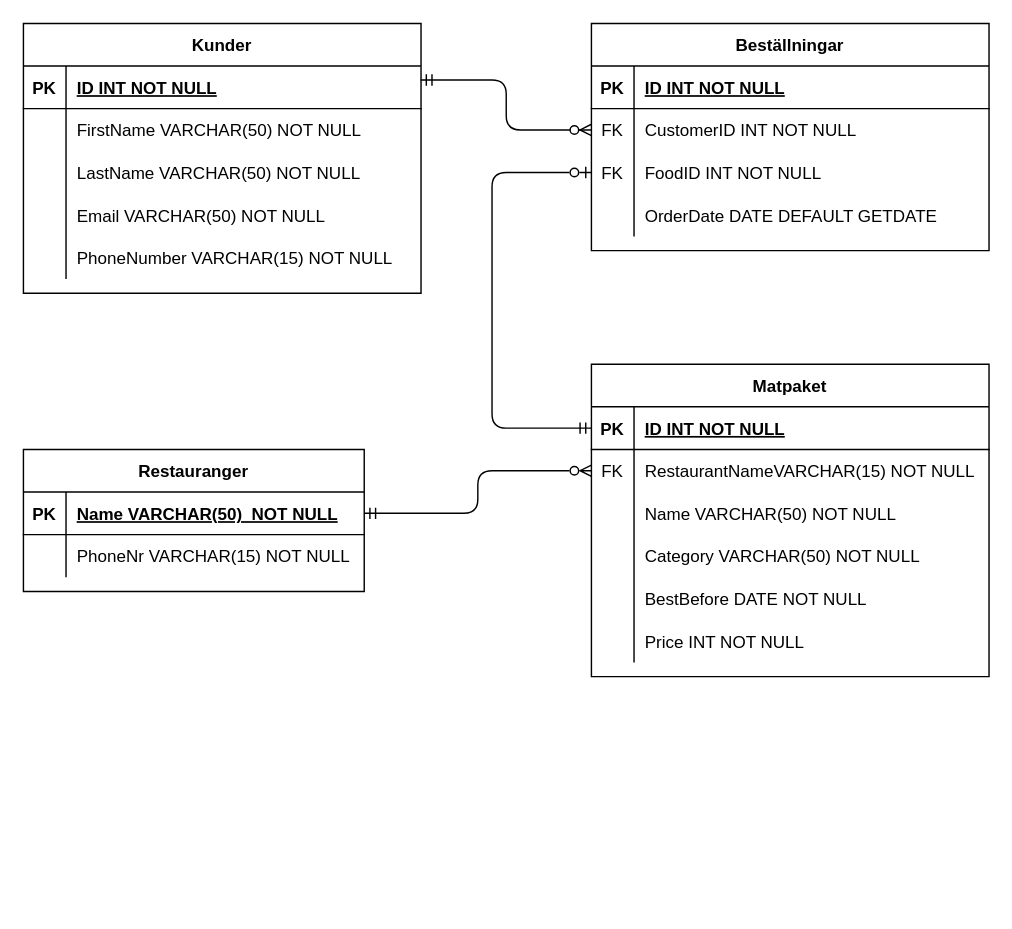
Before: Diagram/Inlämningsuppgift 1.drawio in SebastianG9912/Databasdiagram, a draw.io diagram. Source tidied: cells renumbered, new cells numbered last; positions are measured from the earlier drawing's top-left corner, leaving out a move shared by most shapes. Both pictures are drawn from the tidied source at 142%, with x=0, y=0 at pixel (23, 23).
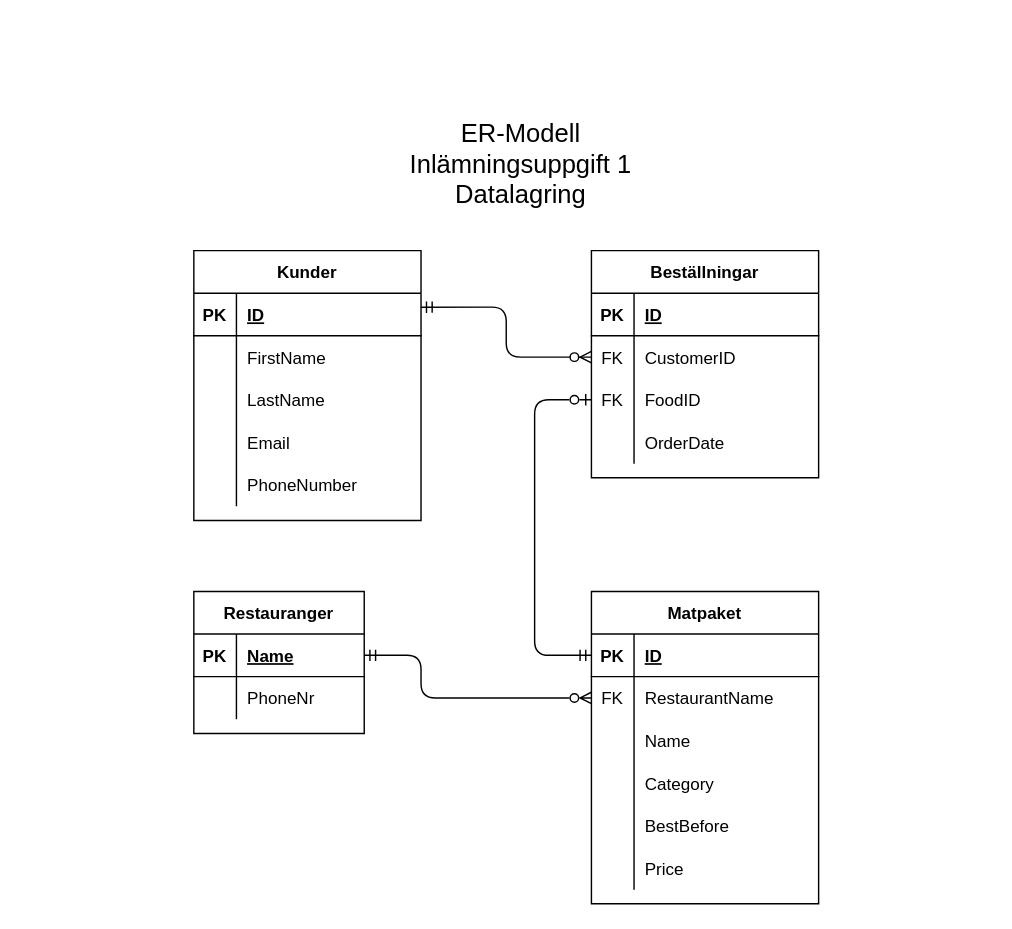
Above is the later version.

Diff of the diagram source:
```diff
@@
     <mxCell id="2" style="endArrow=ERzeroToMany;startArrow=ERmandOne;endFill=0;startFill=0;entryX=0;entryY=0.5;entryDx=0;entryDy=0;exitX=1;exitY=0.5;exitDx=0;exitDy=0;edgeStyle=orthogonalEdgeStyle;" parent="1" edge="1" source="5" target="15">
       <mxGeometry relative="1" as="geometry">
         <Array as="points">
-          <mxPoint x="320" y="345" />
-          <mxPoint x="320" y="315" />
+          <mxPoint x="280" y="445" />
+          <mxPoint x="280" y="475" />
         </Array>
       </mxGeometry>
     </mxCell>
     <mxCell id="3" style="endArrow=ERzeroToMany;startArrow=ERmandOne;endFill=1;startFill=0;entryX=0;entryY=0.5;entryDx=0;entryDy=0;exitX=0.999;exitY=0.328;exitDx=0;exitDy=0;exitPerimeter=0;edgeStyle=orthogonalEdgeStyle;" parent="1" edge="1" source="31" target="50">
       <mxGeometry relative="1" as="geometry">
         <Array as="points">
-          <mxPoint x="340" y="40" />
-          <mxPoint x="340" y="75" />
+          <mxPoint x="340" y="200" />
+          <mxPoint x="340" y="235" />
         </Array>
       </mxGeometry>
     </mxCell>
     <mxCell id="4" value="Restauranger" style="shape=table;startSize=30;childLayout=tableLayout;rowLines=0;fontStyle=1;align=center;" parent="1" vertex="1">
-      <mxGeometry y="300" width="240" height="100" as="geometry" />
+      <mxGeometry x="120" y="400" width="120" height="100" as="geometry" />
     </mxCell>
     <mxCell id="5" style="shape=partialRectangle;fillColor=none;points=[[0,0.5],[1,0.5]];portConstraint=eastwest;top=0;left=0;right=0;bottom=1;" parent="4" vertex="1">
-      <mxGeometry y="30" width="240" height="30" as="geometry" />
+      <mxGeometry y="30" width="120" height="30" as="geometry" />
     </mxCell>
@@
-    <mxCell id="7" value="Name VARCHAR(50)  NOT NULL " style="shape=partialRectangle;overflow=hidden;fillColor=none;top=0;left=0;bottom=0;right=0;align=left;spacingLeft=6;fontStyle=5;" parent="5" vertex="1">
-      <mxGeometry x="30" width="210" height="30" as="geometry" />
+    <mxCell id="7" value="Name" style="shape=partialRectangle;overflow=hidden;fillColor=none;top=0;left=0;bottom=0;right=0;align=left;spacingLeft=6;fontStyle=5;" parent="5" vertex="1">
+      <mxGeometry x="30" width="90" height="30" as="geometry" />
     </mxCell>
     <mxCell id="8" style="shape=partialRectangle;fillColor=none;top=0;left=0;right=0;bottom=0;" parent="4" vertex="1">
-      <mxGeometry y="60" width="240" height="30" as="geometry" />
+      <mxGeometry y="60" width="120" height="30" as="geometry" />
     </mxCell>
@@
-    <mxCell id="10" value="PhoneNr VARCHAR(15) NOT NULL" style="shape=partialRectangle;overflow=hidden;fillColor=none;top=0;left=0;bottom=0;right=0;align=left;spacingLeft=6;" parent="8" vertex="1">
-      <mxGeometry x="30" width="210" height="30" as="geometry" />
+    <mxCell id="10" value="PhoneNr" style="shape=partialRectangle;overflow=hidden;fillColor=none;top=0;left=0;bottom=0;right=0;align=left;spacingLeft=6;" parent="8" vertex="1">
+      <mxGeometry x="30" width="90" height="30" as="geometry" />
     </mxCell>
     <mxCell id="11" value="Matpaket" style="shape=table;startSize=30;childLayout=tableLayout;rowLines=0;fontStyle=1;align=center;" parent="1" vertex="1">
-      <mxGeometry x="400" y="240" width="280" height="220" as="geometry" />
+      <mxGeometry x="400" y="400" width="160" height="220" as="geometry" />
     </mxCell>
     <mxCell id="12" style="shape=partialRectangle;fillColor=none;points=[[0,0.5],[1,0.5]];portConstraint=eastwest;top=0;left=0;right=0;bottom=1;" parent="11" vertex="1">
-      <mxGeometry y="30" width="280" height="30" as="geometry" />
+      <mxGeometry y="30" width="160" height="30" as="geometry" />
     </mxCell>
@@
-    <mxCell id="14" value="ID INT NOT NULL " style="shape=partialRectangle;overflow=hidden;fillColor=none;top=0;left=0;bottom=0;right=0;align=left;spacingLeft=6;fontStyle=5;" parent="12" vertex="1">
-      <mxGeometry x="30" width="250" height="30" as="geometry" />
+    <mxCell id="14" value="ID" style="shape=partialRectangle;overflow=hidden;fillColor=none;top=0;left=0;bottom=0;right=0;align=left;spacingLeft=6;fontStyle=5;" parent="12" vertex="1">
+      <mxGeometry x="30" width="130" height="30" as="geometry" />
     </mxCell>
     <mxCell id="15" style="shape=partialRectangle;fillColor=none;points=[[0,0.5],[1,0.5]];portConstraint=eastwest;top=0;left=0;right=0;bottom=0;" parent="11" vertex="1">
-      <mxGeometry y="60" width="280" height="30" as="geometry" />
+      <mxGeometry y="60" width="160" height="30" as="geometry" />
     </mxCell>
@@
-    <mxCell id="17" value="RestaurantNameVARCHAR(15) NOT NULL" style="shape=partialRectangle;overflow=hidden;fillColor=none;top=0;left=0;bottom=0;right=0;align=left;spacingLeft=6;" parent="15" vertex="1">
-      <mxGeometry x="30" width="250" height="30" as="geometry" />
+    <mxCell id="17" value="RestaurantName" style="shape=partialRectangle;overflow=hidden;fillColor=none;top=0;left=0;bottom=0;right=0;align=left;spacingLeft=6;" parent="15" vertex="1">
+      <mxGeometry x="30" width="130" height="30" as="geometry" />
     </mxCell>
     <mxCell id="18" style="shape=partialRectangle;fillColor=none;top=0;left=0;right=0;bottom=0;" parent="11" vertex="1">
-      <mxGeometry y="90" width="280" height="30" as="geometry" />
+      <mxGeometry y="90" width="160" height="30" as="geometry" />
     </mxCell>
@@
-    <mxCell id="20" value="Name VARCHAR(50) NOT NULL" style="shape=partialRectangle;overflow=hidden;fillColor=none;top=0;left=0;bottom=0;right=0;align=left;spacingLeft=6;" parent="18" vertex="1">
-      <mxGeometry x="30" width="250" height="30" as="geometry" />
+    <mxCell id="20" value="Name" style="shape=partialRectangle;overflow=hidden;fillColor=none;top=0;left=0;bottom=0;right=0;align=left;spacingLeft=6;" parent="18" vertex="1">
+      <mxGeometry x="30" width="130" height="30" as="geometry" />
     </mxCell>
     <mxCell id="21" style="shape=partialRectangle;fillColor=none;top=0;left=0;right=0;bottom=0;" parent="11" vertex="1">
-      <mxGeometry y="120" width="280" height="30" as="geometry" />
+      <mxGeometry y="120" width="160" height="30" as="geometry" />
     </mxCell>
@@
-    <mxCell id="23" value="Category VARCHAR(50) NOT NULL" style="shape=partialRectangle;overflow=hidden;fillColor=none;top=0;left=0;bottom=0;right=0;align=left;spacingLeft=6;" parent="21" vertex="1">
-      <mxGeometry x="30" width="250" height="30" as="geometry" />
+    <mxCell id="23" value="Category" style="shape=partialRectangle;overflow=hidden;fillColor=none;top=0;left=0;bottom=0;right=0;align=left;spacingLeft=6;" parent="21" vertex="1">
+      <mxGeometry x="30" width="130" height="30" as="geometry" />
     </mxCell>
     <mxCell id="24" style="shape=partialRectangle;fillColor=none;top=0;left=0;right=0;bottom=0;" parent="11" vertex="1">
-      <mxGeometry y="150" width="280" height="30" as="geometry" />
+      <mxGeometry y="150" width="160" height="30" as="geometry" />
     </mxCell>
@@
-    <mxCell id="26" value="BestBefore DATE NOT NULL" style="shape=partialRectangle;overflow=hidden;fillColor=none;top=0;left=0;bottom=0;right=0;align=left;spacingLeft=6;" parent="24" vertex="1">
-      <mxGeometry x="30" width="250" height="30" as="geometry" />
+    <mxCell id="26" value="BestBefore" style="shape=partialRectangle;overflow=hidden;fillColor=none;top=0;left=0;bottom=0;right=0;align=left;spacingLeft=6;" parent="24" vertex="1">
+      <mxGeometry x="30" width="130" height="30" as="geometry" />
     </mxCell>
     <mxCell id="27" style="shape=partialRectangle;fillColor=none;top=0;left=0;right=0;bottom=0;" parent="11" vertex="1">
-      <mxGeometry y="180" width="280" height="30" as="geometry" />
+      <mxGeometry y="180" width="160" height="30" as="geometry" />
     </mxCell>
@@
-    <mxCell id="29" value="Price INT NOT NULL" style="shape=partialRectangle;overflow=hidden;fillColor=none;top=0;left=0;bottom=0;right=0;align=left;spacingLeft=6;" parent="27" vertex="1">
-      <mxGeometry x="30" width="250" height="30" as="geometry" />
+    <mxCell id="29" value="Price" style="shape=partialRectangle;overflow=hidden;fillColor=none;top=0;left=0;bottom=0;right=0;align=left;spacingLeft=6;" parent="27" vertex="1">
+      <mxGeometry x="30" width="130" height="30" as="geometry" />
     </mxCell>
     <mxCell id="30" value="Kunder" style="shape=table;startSize=30;childLayout=tableLayout;rowLines=0;fontStyle=1;align=center;" parent="1" vertex="1">
-      <mxGeometry width="280" height="190" as="geometry" />
+      <mxGeometry x="120" y="160" width="160" height="190" as="geometry" />
     </mxCell>
     <mxCell id="31" style="shape=partialRectangle;fillColor=none;points=[[0,0.5],[1,0.5]];portConstraint=eastwest;top=0;left=0;right=0;bottom=1;" parent="30" vertex="1">
-      <mxGeometry y="30" width="280" height="30" as="geometry" />
+      <mxGeometry y="30" width="160" height="30" as="geometry" />
     </mxCell>
@@
-    <mxCell id="33" value="ID INT NOT NULL " style="shape=partialRectangle;overflow=hidden;fillColor=none;top=0;left=0;bottom=0;right=0;align=left;spacingLeft=6;fontStyle=5;" parent="31" vertex="1">
-      <mxGeometry x="30" width="250" height="30" as="geometry" />
+    <mxCell id="33" value="ID" style="shape=partialRectangle;overflow=hidden;fillColor=none;top=0;left=0;bottom=0;right=0;align=left;spacingLeft=6;fontStyle=5;" parent="31" vertex="1">
+      <mxGeometry x="30" width="130" height="30" as="geometry" />
     </mxCell>
     <mxCell id="34" style="shape=partialRectangle;fillColor=none;top=0;left=0;right=0;bottom=0;" parent="30" vertex="1">
-      <mxGeometry y="60" width="280" height="30" as="geometry" />
+      <mxGeometry y="60" width="160" height="30" as="geometry" />
     </mxCell>
@@
-    <mxCell id="36" value="FirstName VARCHAR(50) NOT NULL " style="shape=partialRectangle;overflow=hidden;fillColor=none;top=0;left=0;bottom=0;right=0;align=left;spacingLeft=6;" parent="34" vertex="1">
-      <mxGeometry x="30" width="250" height="30" as="geometry" />
+    <mxCell id="36" value="FirstName " style="shape=partialRectangle;overflow=hidden;fillColor=none;top=0;left=0;bottom=0;right=0;align=left;spacingLeft=6;" parent="34" vertex="1">
+      <mxGeometry x="30" width="130" height="30" as="geometry" />
     </mxCell>
     <mxCell id="37" style="shape=partialRectangle;fillColor=none;top=0;left=0;right=0;bottom=0;" parent="30" vertex="1">
-      <mxGeometry y="90" width="280" height="30" as="geometry" />
+      <mxGeometry y="90" width="160" height="30" as="geometry" />
     </mxCell>
@@
-    <mxCell id="39" value="LastName VARCHAR(50) NOT NULL" style="shape=partialRectangle;overflow=hidden;fillColor=none;top=0;left=0;bottom=0;right=0;align=left;spacingLeft=6;" parent="37" vertex="1">
-      <mxGeometry x="30" width="250" height="30" as="geometry" />
+    <mxCell id="39" value="LastName" style="shape=partialRectangle;overflow=hidden;fillColor=none;top=0;left=0;bottom=0;right=0;align=left;spacingLeft=6;" parent="37" vertex="1">
+      <mxGeometry x="30" width="130" height="30" as="geometry" />
     </mxCell>
     <mxCell id="40" style="shape=partialRectangle;fillColor=none;top=0;left=0;right=0;bottom=0;" parent="30" vertex="1">
-      <mxGeometry y="120" width="280" height="30" as="geometry" />
+      <mxGeometry y="120" width="160" height="30" as="geometry" />
     </mxCell>
@@
-    <mxCell id="42" value="Email VARCHAR(50) NOT NULL" style="shape=partialRectangle;overflow=hidden;fillColor=none;top=0;left=0;bottom=0;right=0;align=left;spacingLeft=6;" parent="40" vertex="1">
-      <mxGeometry x="30" width="250" height="30" as="geometry" />
+    <mxCell id="42" value="Email" style="shape=partialRectangle;overflow=hidden;fillColor=none;top=0;left=0;bottom=0;right=0;align=left;spacingLeft=6;" parent="40" vertex="1">
+      <mxGeometry x="30" width="130" height="30" as="geometry" />
     </mxCell>
     <mxCell id="43" style="shape=partialRectangle;fillColor=none;top=0;left=0;right=0;bottom=0;" parent="30" vertex="1">
-      <mxGeometry y="150" width="280" height="30" as="geometry" />
+      <mxGeometry y="150" width="160" height="30" as="geometry" />
     </mxCell>
@@
-    <mxCell id="45" value="PhoneNumber VARCHAR(15) NOT NULL" style="shape=partialRectangle;overflow=hidden;fillColor=none;top=0;left=0;bottom=0;right=0;align=left;spacingLeft=6;" parent="43" vertex="1">
-      <mxGeometry x="30" width="250" height="30" as="geometry" />
+    <mxCell id="45" value="PhoneNumber" style="shape=partialRectangle;overflow=hidden;fillColor=none;top=0;left=0;bottom=0;right=0;align=left;spacingLeft=6;" parent="43" vertex="1">
+      <mxGeometry x="30" width="130" height="30" as="geometry" />
     </mxCell>
     <mxCell id="46" value="Beställningar" style="shape=table;startSize=30;childLayout=tableLayout;rowLines=0;fontStyle=1;align=center;" parent="1" vertex="1">
-      <mxGeometry x="400" width="280" height="160" as="geometry" />
+      <mxGeometry x="400" y="160" width="160" height="160" as="geometry" />
     </mxCell>
     <mxCell id="47" style="shape=partialRectangle;fillColor=none;top=0;left=0;right=0;bottom=1;" parent="46" vertex="1">
-      <mxGeometry y="30" width="280" height="30" as="geometry" />
+      <mxGeometry y="30" width="160" height="30" as="geometry" />
     </mxCell>
@@
-    <mxCell id="49" value="ID INT NOT NULL" style="shape=partialRectangle;overflow=hidden;fillColor=none;top=0;left=0;bottom=0;right=0;align=left;spacingLeft=6;fontStyle=5;" parent="47" vertex="1">
-      <mxGeometry x="30" width="250" height="30" as="geometry" />
+    <mxCell id="49" value="ID" style="shape=partialRectangle;overflow=hidden;fillColor=none;top=0;left=0;bottom=0;right=0;align=left;spacingLeft=6;fontStyle=5;" parent="47" vertex="1">
+      <mxGeometry x="30" width="130" height="30" as="geometry" />
     </mxCell>
     <mxCell id="50" style="shape=partialRectangle;fillColor=none;points=[[0,0.5],[1,0.5]];portConstraint=eastwest;top=0;left=0;right=0;bottom=0;" parent="46" vertex="1">
-      <mxGeometry y="60" width="280" height="30" as="geometry" />
+      <mxGeometry y="60" width="160" height="30" as="geometry" />
     </mxCell>
@@
-    <mxCell id="52" value="CustomerID INT NOT NULL" style="shape=partialRectangle;overflow=hidden;fillColor=none;top=0;left=0;bottom=0;right=0;align=left;spacingLeft=6;" parent="50" vertex="1">
-      <mxGeometry x="30" width="250" height="30" as="geometry" />
+    <mxCell id="52" value="CustomerID" style="shape=partialRectangle;overflow=hidden;fillColor=none;top=0;left=0;bottom=0;right=0;align=left;spacingLeft=6;" parent="50" vertex="1">
+      <mxGeometry x="30" width="130" height="30" as="geometry" />
     </mxCell>
     <mxCell id="53" style="shape=partialRectangle;fillColor=none;points=[[0,0.5],[1,0.5]];portConstraint=eastwest;top=0;left=0;right=0;bottom=0;" parent="46" vertex="1">
-      <mxGeometry y="90" width="280" height="30" as="geometry" />
+      <mxGeometry y="90" width="160" height="30" as="geometry" />
     </mxCell>
@@
-    <mxCell id="55" value="FoodID INT NOT NULL" style="shape=partialRectangle;overflow=hidden;fillColor=none;top=0;left=0;bottom=0;right=0;align=left;spacingLeft=6;" parent="53" vertex="1">
-      <mxGeometry x="30" width="250" height="30" as="geometry" />
+    <mxCell id="55" value="FoodID" style="shape=partialRectangle;overflow=hidden;fillColor=none;top=0;left=0;bottom=0;right=0;align=left;spacingLeft=6;" parent="53" vertex="1">
+      <mxGeometry x="30" width="130" height="30" as="geometry" />
     </mxCell>
     <mxCell id="56" style="shape=partialRectangle;fillColor=none;top=0;left=0;right=0;bottom=0;" parent="46" vertex="1">
-      <mxGeometry y="120" width="280" height="30" as="geometry" />
+      <mxGeometry y="120" width="160" height="30" as="geometry" />
     </mxCell>
@@
-    <mxCell id="58" value="OrderDate DATE DEFAULT GETDATE" style="shape=partialRectangle;overflow=hidden;fillColor=none;top=0;left=0;bottom=0;right=0;align=left;spacingLeft=6;" parent="56" vertex="1">
-      <mxGeometry x="30" width="250" height="30" as="geometry" />
+    <mxCell id="58" value="OrderDate" style="shape=partialRectangle;overflow=hidden;fillColor=none;top=0;left=0;bottom=0;right=0;align=left;spacingLeft=6;" parent="56" vertex="1">
+      <mxGeometry x="30" width="130" height="30" as="geometry" />
     </mxCell>
-    <mxCell id="59" style="endArrow=ERzeroToOne;startArrow=ERmandOne;endFill=0;startFill=0;edgeStyle=orthogonalEdgeStyle;entryX=0;entryY=0.5;entryDx=0;entryDy=0;" parent="1" edge="1" source="12" target="53">
+    <mxCell id="59" style="endArrow=ERzeroToOne;startArrow=ERmandOne;endFill=0;startFill=0;edgeStyle=orthogonalEdgeStyle;entryX=0;entryY=0.5;entryDx=0;entryDy=0;exitX=0;exitY=0.5;exitDx=0;exitDy=0;" parent="1" edge="1" source="12" target="53">
       <mxGeometry relative="1" as="geometry">
         <Array as="points">
-          <mxPoint x="330" y="285" />
-          <mxPoint x="330" y="105" />
+          <mxPoint x="360" y="445" />
+          <mxPoint x="360" y="265" />
         </Array>
       </mxGeometry>
     </mxCell>
+    <mxCell id="60" value="&lt;font style=&quot;font-size: 18px&quot;&gt;ER-Modell &lt;br&gt;Inlämningsuppgift 1 &lt;br&gt;Datalagring&lt;/font&gt;" style="text;html=1;align=center;verticalAlign=middle;strokeColor=none;fillColor=none;" parent="1" vertex="1">
+      <mxGeometry x="265" y="75" width="170" height="50" as="geometry" />
+    </mxCell>
```
